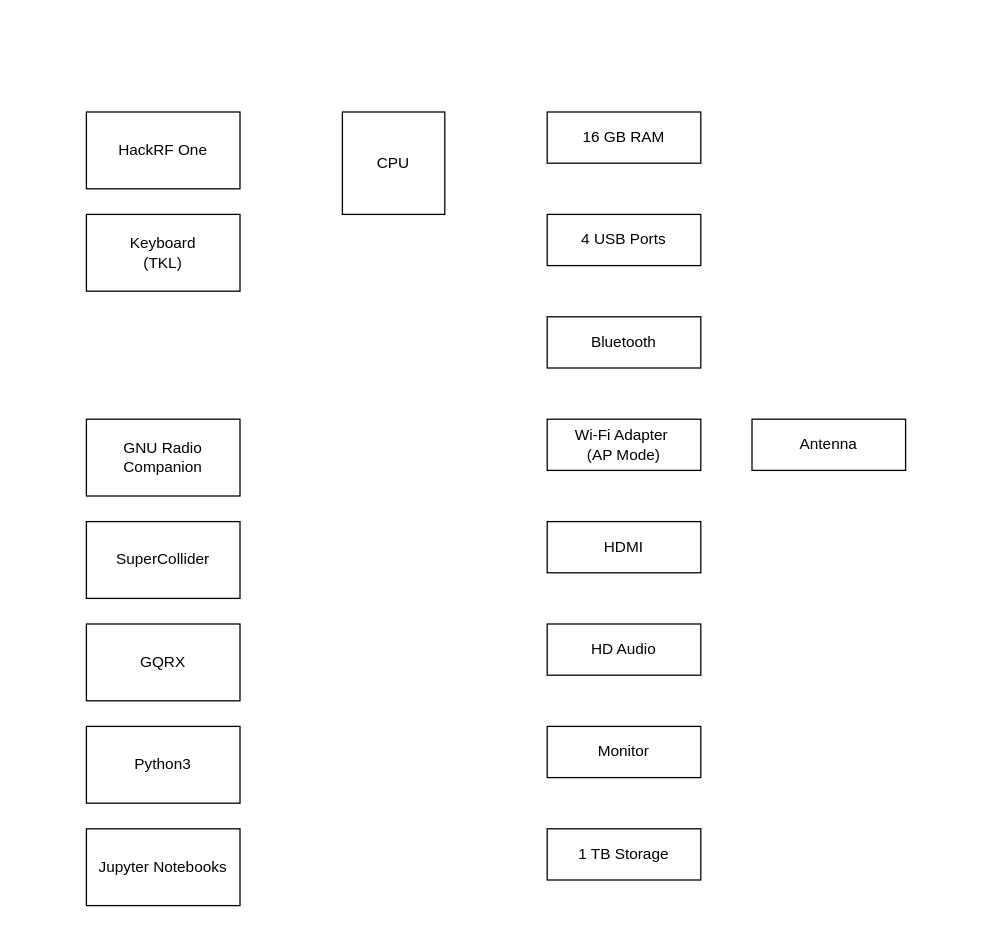
Above: images/Untitled Diagram.drawio in swirkes/lossyd (draw.io), before the change. Source tidied: cells renumbered, new cells numbered last; positions are measured from the earlier drawing's top-left corner, leaving out a move shared by most shapes. Both pictures are drawn from the tidied source at 128%, with x=0, y=0 at pixel (86, 111).
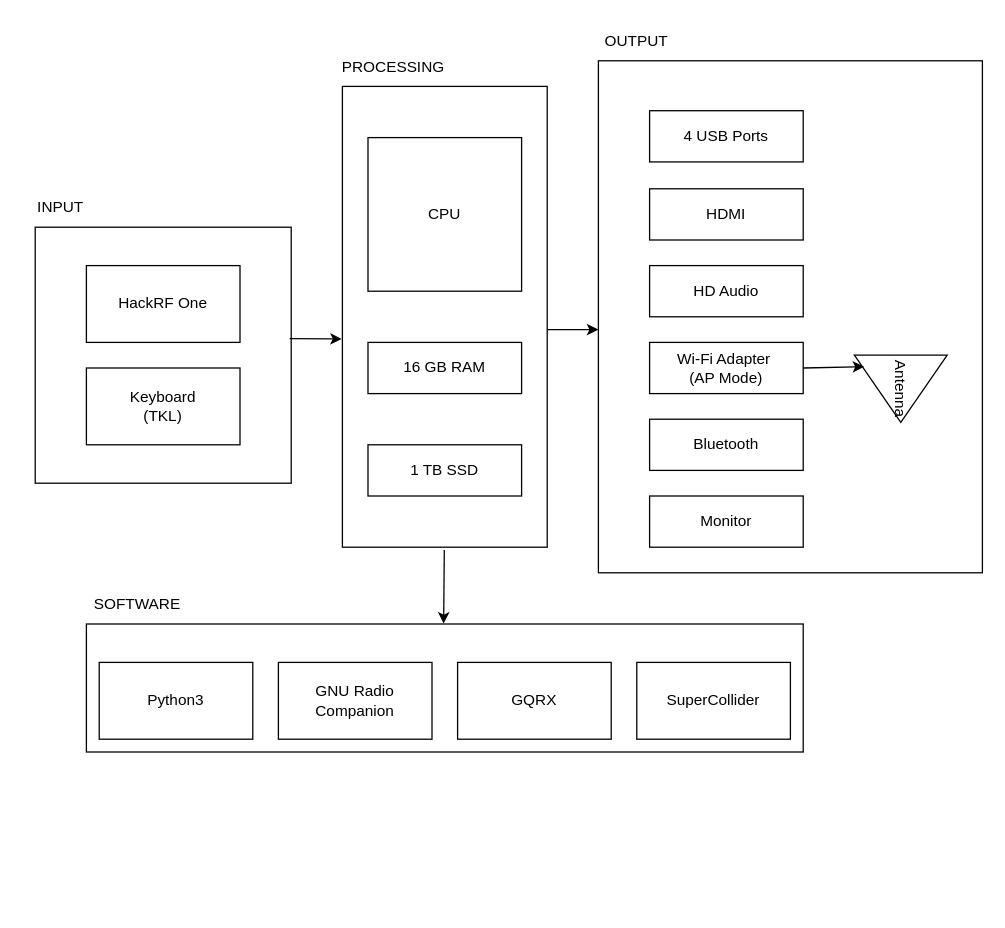
Above is the later version.

The edit, as a diff of the source:
```diff
@@
+    <mxCell id="19" style="rounded=0;whiteSpace=wrap;html=1;" parent="1" vertex="1">
+      <mxGeometry x="200" y="-20" width="160" height="360" as="geometry" />
+    </mxCell>
+    <mxCell id="20" style="rounded=0;whiteSpace=wrap;html=1;" parent="1" vertex="1">
+      <mxGeometry x="400" y="-40" width="300" height="400" as="geometry" />
+    </mxCell>
+    <mxCell id="21" style="rounded=0;whiteSpace=wrap;html=1;" parent="1" vertex="1">
+      <mxGeometry y="400" width="560" height="100" as="geometry" />
+    </mxCell>
+    <mxCell id="22" style="whiteSpace=wrap;html=1;" parent="1" vertex="1">
+      <mxGeometry x="-40" y="90" width="200" height="200" as="geometry" />
+    </mxCell>
     <mxCell id="2" value="HackRF One" style="rounded=0;whiteSpace=wrap;html=1;" parent="1" vertex="1">
-      <mxGeometry width="120" height="60" as="geometry" />
+      <mxGeometry y="120" width="120" height="60" as="geometry" />
     </mxCell>
     <mxCell id="3" value="&lt;div&gt;Keyboard&lt;/div&gt;&lt;div&gt;(TKL)&lt;br&gt;&lt;/div&gt;" style="rounded=0;whiteSpace=wrap;html=1;" parent="1" vertex="1">
-      <mxGeometry y="80" width="120" height="60" as="geometry" />
+      <mxGeometry y="200" width="120" height="60" as="geometry" />
     </mxCell>
     <mxCell id="4" value="CPU" style="rounded=0;whiteSpace=wrap;html=1;" parent="1" vertex="1">
-      <mxGeometry x="200" width="80" height="80" as="geometry" />
+      <mxGeometry x="220" y="20" width="120" height="120" as="geometry" />
     </mxCell>
     <mxCell id="5" value="16 GB RAM" style="rounded=0;whiteSpace=wrap;html=1;" parent="1" vertex="1">
-      <mxGeometry x="360" width="120" height="40" as="geometry" />
+      <mxGeometry x="220" y="180" width="120" height="40" as="geometry" />
     </mxCell>
     <mxCell id="6" value="4 USB Ports" style="rounded=0;whiteSpace=wrap;html=1;" parent="1" vertex="1">
-      <mxGeometry x="360" y="80" width="120" height="40" as="geometry" />
+      <mxGeometry x="440" y="-1" width="120" height="40" as="geometry" />
     </mxCell>
     <mxCell id="7" value="Bluetooth" style="rounded=0;whiteSpace=wrap;html=1;" parent="1" vertex="1">
-      <mxGeometry x="360" y="160" width="120" height="40" as="geometry" />
+      <mxGeometry x="440" y="240" width="120" height="40" as="geometry" />
     </mxCell>
     <mxCell id="8" value="&lt;div&gt;Wi-Fi Adapter&amp;nbsp;&lt;/div&gt;&lt;div&gt;(AP Mode)&lt;/div&gt;" style="rounded=0;whiteSpace=wrap;html=1;" parent="1" vertex="1">
-      <mxGeometry x="360" y="240" width="120" height="40" as="geometry" />
+      <mxGeometry x="440" y="180" width="120" height="40" as="geometry" />
     </mxCell>
     <mxCell id="9" value="HDMI" style="rounded=0;whiteSpace=wrap;html=1;" parent="1" vertex="1">
-      <mxGeometry x="360" y="320" width="120" height="40" as="geometry" />
+      <mxGeometry x="440" y="60" width="120" height="40" as="geometry" />
     </mxCell>
     <mxCell id="10" value="HD Audio" style="rounded=0;whiteSpace=wrap;html=1;" parent="1" vertex="1">
-      <mxGeometry x="360" y="400" width="120" height="40" as="geometry" />
+      <mxGeometry x="440" y="120" width="120" height="40" as="geometry" />
     </mxCell>
     <mxCell id="11" value="Monitor" style="rounded=0;whiteSpace=wrap;html=1;" parent="1" vertex="1">
-      <mxGeometry x="360" y="480" width="120" height="40" as="geometry" />
+      <mxGeometry x="440" y="300" width="120" height="40" as="geometry" />
     </mxCell>
-    <mxCell id="12" value="1 TB Storage" style="rounded=0;whiteSpace=wrap;html=1;" parent="1" vertex="1">
-      <mxGeometry x="360" y="560" width="120" height="40" as="geometry" />
+    <mxCell id="12" value="1 TB SSD" style="rounded=0;whiteSpace=wrap;html=1;" parent="1" vertex="1">
+      <mxGeometry x="220" y="260" width="120" height="40" as="geometry" />
     </mxCell>
-    <mxCell id="13" value="&lt;div&gt;Antenna&lt;br&gt;&lt;/div&gt;" style="rounded=0;whiteSpace=wrap;html=1;" parent="1" vertex="1">
-      <mxGeometry x="520" y="240" width="120" height="40" as="geometry" />
-    </mxCell>
     <mxCell id="14" value="GNU Radio Companion" style="rounded=0;whiteSpace=wrap;html=1;" parent="1" vertex="1">
-      <mxGeometry y="240" width="120" height="60" as="geometry" />
+      <mxGeometry x="150" y="430" width="120" height="60" as="geometry" />
     </mxCell>
     <mxCell id="15" value="SuperCollider" style="rounded=0;whiteSpace=wrap;html=1;" parent="1" vertex="1">
-      <mxGeometry y="320" width="120" height="60" as="geometry" />
+      <mxGeometry x="430" y="430" width="120" height="60" as="geometry" />
     </mxCell>
     <mxCell id="16" value="GQRX" style="rounded=0;whiteSpace=wrap;html=1;" parent="1" vertex="1">
-      <mxGeometry y="400" width="120" height="60" as="geometry" />
+      <mxGeometry x="290" y="430" width="120" height="60" as="geometry" />
     </mxCell>
     <mxCell id="17" value="Python3" style="rounded=0;whiteSpace=wrap;html=1;" parent="1" vertex="1">
-      <mxGeometry y="480" width="120" height="60" as="geometry" />
+      <mxGeometry x="10" y="430" width="120" height="60" as="geometry" />
     </mxCell>
-    <mxCell id="18" value="Jupyter Notebooks" style="rounded=0;whiteSpace=wrap;html=1;" parent="1" vertex="1">
-      <mxGeometry y="560" width="120" height="60" as="geometry" />
-    </mxCell>
+    <mxCell id="23" style="edgeStyle=orthogonalEdgeStyle;rounded=0;orthogonalLoop=1;jettySize=auto;html=1;exitX=0.5;exitY=1;exitDx=0;exitDy=0;" parent="1" edge="1" source="21" target="21">
+      <mxGeometry relative="1" as="geometry" />
+    </mxCell>
+    <mxCell id="13" value="Antenna " style="triangle;whiteSpace=wrap;html=1;rotation=90;" parent="1" vertex="1">
+      <mxGeometry x="610" y="180" width="52.5" height="72.5" as="geometry" />
+    </mxCell>
+    <mxCell id="24" style="endArrow=classic;html=1;rounded=0;exitX=0.994;exitY=0.435;exitDx=0;exitDy=0;exitPerimeter=0;entryX=-0.003;entryY=0.548;entryDx=0;entryDy=0;entryPerimeter=0;" parent="1" edge="1" source="22" target="19">
+      <mxGeometry relative="1" as="geometry" />
+    </mxCell>
+    <mxCell id="25" style="endArrow=classic;html=1;rounded=0;entryX=0.013;entryY=0.52;entryDx=0;entryDy=0;entryPerimeter=0;exitX=1.012;exitY=0.435;exitDx=0;exitDy=0;exitPerimeter=0;" parent="1" edge="1">
+      <mxGeometry relative="1" as="geometry">
+        <mxPoint x="360" y="170" as="sourcePoint" />
+        <mxPoint x="400" y="170" as="targetPoint" />
+      </mxGeometry>
+    </mxCell>
+    <mxCell id="26" style="endArrow=classic;html=1;rounded=0;entryX=0.402;entryY=-0.003;entryDx=0;entryDy=0;entryPerimeter=0;exitX=0.41;exitY=1.006;exitDx=0;exitDy=0;exitPerimeter=0;" parent="1" edge="1">
+      <mxGeometry relative="1" as="geometry">
+        <mxPoint x="279.6" y="342.2" as="sourcePoint" />
+        <mxPoint x="279.1" y="399.7" as="targetPoint" />
+      </mxGeometry>
+    </mxCell>
+    <mxCell id="27" style="endArrow=classic;html=1;rounded=0;entryX=0.171;entryY=0.894;entryDx=0;entryDy=0;entryPerimeter=0;exitX=1.012;exitY=0.435;exitDx=0;exitDy=0;exitPerimeter=0;" parent="1" edge="1" target="13">
+      <mxGeometry relative="1" as="geometry">
+        <mxPoint x="560" y="200" as="sourcePoint" />
+      </mxGeometry>
+    </mxCell>
+    <mxCell id="28" value="INPUT" style="text;html=1;strokeColor=none;fillColor=none;align=center;verticalAlign=middle;whiteSpace=wrap;rounded=0;" parent="1" vertex="1">
+      <mxGeometry x="-50" y="60" width="60" height="30" as="geometry" />
+    </mxCell>
+    <mxCell id="29" value="PROCESSING" style="text;html=1;strokeColor=none;fillColor=none;align=center;verticalAlign=middle;whiteSpace=wrap;rounded=0;" parent="1" vertex="1">
+      <mxGeometry x="210" y="-50" width="60" height="30" as="geometry" />
+    </mxCell>
+    <mxCell id="30" value="OUTPUT" style="text;html=1;strokeColor=none;fillColor=none;align=center;verticalAlign=middle;whiteSpace=wrap;rounded=0;" parent="1" vertex="1">
+      <mxGeometry x="400" y="-70" width="60" height="30" as="geometry" />
+    </mxCell>
+    <mxCell id="31" value="SOFTWARE" style="text;html=1;strokeColor=none;fillColor=none;align=center;verticalAlign=middle;whiteSpace=wrap;rounded=0;" parent="1" vertex="1">
+      <mxGeometry x="10" y="370" width="60" height="30" as="geometry" />
+    </mxCell>
```
